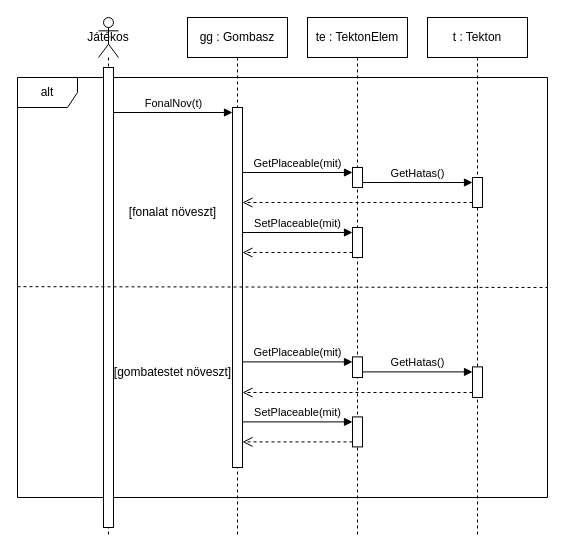
Earlier version of the draw.io diagram UML/ujSzekvencia/Fonal&TestNov.drawio (CsipetCsapatProjlab/Project). Source tidied: cells renumbered, new cells numbered last; positions are measured from the earlier drawing's top-left corner, leaving out a move shared by most shapes. Both pictures are drawn from the tidied source at 100%, with x=0, y=0 at pixel (17, 17).
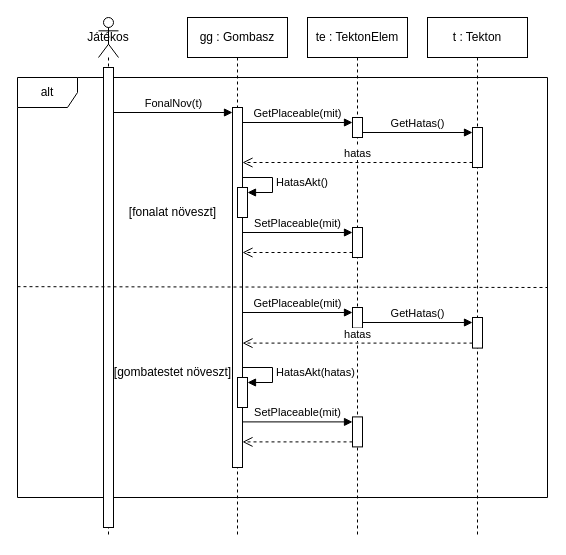
After the change.

Unchanged cells that the change refers to:
```xml
<mxCell id="3" style="html=1;points=[[0,0,0,0,5],[0,1,0,0,-5],[1,0,0,0,5],[1,1,0,0,-5]];perimeter=orthogonalPerimeter;outlineConnect=0;targetShapes=umlLifeline;portConstraint=eastwest;newEdgeStyle={&quot;curved&quot;:0,&quot;rounded&quot;:0};" parent="2" vertex="1">
  <mxGeometry x="45" y="90" width="10" height="360" as="geometry" />
</mxCell>
<mxCell id="4" value="te : TektonElem" style="shape=umlLifeline;perimeter=lifelinePerimeter;whiteSpace=wrap;html=1;newEdgeStyle={&quot;curved&quot;:0,&quot;rounded&quot;:0};" parent="1" vertex="1">
  <mxGeometry x="290" width="100" height="520" as="geometry" />
</mxCell>
<mxCell id="8" value="t : Tekton" style="shape=umlLifeline;perimeter=lifelinePerimeter;whiteSpace=wrap;html=1;newEdgeStyle={&quot;curved&quot;:0,&quot;rounded&quot;:0};" parent="1" vertex="1">
  <mxGeometry x="410" width="100" height="520" as="geometry" />
</mxCell>
```

The edit, as a diff of the source:
```diff
@@
     <mxCell id="5" style="html=1;points=[[0,0,0,0,5],[0,1,0,0,-5],[1,0,0,0,5],[1,1,0,0,-5]];perimeter=orthogonalPerimeter;outlineConnect=0;targetShapes=umlLifeline;portConstraint=eastwest;newEdgeStyle={&quot;curved&quot;:0,&quot;rounded&quot;:0};" parent="4" vertex="1">
-      <mxGeometry x="45" y="150" width="10" height="20" as="geometry" />
+      <mxGeometry x="45" y="100" width="10" height="20" as="geometry" />
     </mxCell>
@@
-    <mxCell id="9" style="html=1;points=[[0,0,0,0,5],[0,1,0,0,-5],[1,0,0,0,5],[1,1,0,0,-5]];perimeter=orthogonalPerimeter;outlineConnect=0;targetShapes=umlLifeline;portConstraint=eastwest;newEdgeStyle={&quot;curved&quot;:0,&quot;rounded&quot;:0};" parent="8" vertex="1">
-      <mxGeometry x="-75" y="339.4" width="10" height="20.6" as="geometry" />
-    </mxCell>
-    <mxCell id="10" value="GetHatas()" style="html=1;verticalAlign=bottom;endArrow=block;curved=0;rounded=0;entryX=0;entryY=0;entryDx=0;entryDy=5;entryPerimeter=0;" parent="8" edge="1" source="9" target="11">
-      <mxGeometry relative="1" as="geometry" />
-    </mxCell>
     <mxCell id="11" style="html=1;points=[[0,0,0,0,5],[0,1,0,0,-5],[1,0,0,0,5],[1,1,0,0,-5]];perimeter=orthogonalPerimeter;outlineConnect=0;targetShapes=umlLifeline;portConstraint=eastwest;newEdgeStyle={&quot;curved&quot;:0,&quot;rounded&quot;:0};" parent="8" vertex="1">
-      <mxGeometry x="45" y="349.4" width="10" height="30.6" as="geometry" />
+      <mxGeometry x="45" y="300" width="10" height="30.6" as="geometry" />
     </mxCell>
@@
     <mxCell id="14" style="html=1;points=[[0,0,0,0,5],[0,1,0,0,-5],[1,0,0,0,5],[1,1,0,0,-5]];perimeter=orthogonalPerimeter;outlineConnect=0;targetShapes=umlLifeline;portConstraint=eastwest;newEdgeStyle={&quot;curved&quot;:0,&quot;rounded&quot;:0};" parent="1" vertex="1">
-      <mxGeometry x="455" y="160" width="10" height="30" as="geometry" />
+      <mxGeometry x="455" y="110" width="10" height="40" as="geometry" />
     </mxCell>
@@
-    <mxCell id="16" style="html=1;verticalAlign=bottom;endArrow=open;dashed=1;endSize=8;curved=0;rounded=0;exitX=0;exitY=1;exitDx=0;exitDy=-5;exitPerimeter=0;" parent="1" edge="1" source="14" target="3">
-      <mxGeometry relative="1" as="geometry" />
-    </mxCell>
@@
-    <mxCell id="20" style="html=1;verticalAlign=bottom;endArrow=open;dashed=1;endSize=8;rounded=0;exitX=0;exitY=1;exitDx=0;exitDy=-5;exitPerimeter=0;" parent="1" edge="1" source="11" target="3">
-      <mxGeometry relative="1" as="geometry" />
-    </mxCell>
@@
+    <mxCell id="9" style="html=1;points=[[0,0,0,0,5],[0,1,0,0,-5],[1,0,0,0,5],[1,1,0,0,-5]];perimeter=orthogonalPerimeter;outlineConnect=0;targetShapes=umlLifeline;portConstraint=eastwest;newEdgeStyle={&quot;curved&quot;:0,&quot;rounded&quot;:0};" parent="1" vertex="1">
+      <mxGeometry x="335" y="290" width="10" height="20.6" as="geometry" />
+    </mxCell>
+    <mxCell id="10" value="GetHatas()" style="html=1;verticalAlign=bottom;endArrow=block;curved=0;rounded=0;entryX=0;entryY=0;entryDx=0;entryDy=5;entryPerimeter=0;" parent="1" edge="1" source="9" target="11">
+      <mxGeometry relative="1" as="geometry" />
+    </mxCell>
+    <mxCell id="29" style="html=1;points=[[0,0,0,0,5],[0,1,0,0,-5],[1,0,0,0,5],[1,1,0,0,-5]];perimeter=orthogonalPerimeter;outlineConnect=0;targetShapes=umlLifeline;portConstraint=eastwest;newEdgeStyle={&quot;curved&quot;:0,&quot;rounded&quot;:0};" parent="1" vertex="1">
+      <mxGeometry x="220" y="170" width="10" height="30" as="geometry" />
+    </mxCell>
+    <mxCell id="30" value="HatasAkt()" style="html=1;align=left;spacingLeft=2;endArrow=block;rounded=0;edgeStyle=orthogonalEdgeStyle;curved=0;rounded=0;entryX=1;entryY=0;entryDx=0;entryDy=5;entryPerimeter=0;" parent="1" edge="1" source="3" target="29">
+      <mxGeometry relative="1" as="geometry">
+        <Array as="points">
+          <mxPoint x="255" y="160" />
+          <mxPoint x="255" y="175" />
+        </Array>
+      </mxGeometry>
+    </mxCell>
+    <mxCell id="31" style="html=1;points=[[0,0,0,0,5],[0,1,0,0,-5],[1,0,0,0,5],[1,1,0,0,-5]];perimeter=orthogonalPerimeter;outlineConnect=0;targetShapes=umlLifeline;portConstraint=eastwest;newEdgeStyle={&quot;curved&quot;:0,&quot;rounded&quot;:0};" parent="1" vertex="1">
+      <mxGeometry x="220" y="360" width="10" height="30" as="geometry" />
+    </mxCell>
+    <mxCell id="32" value="HatasAkt(hatas)" style="html=1;align=left;spacingLeft=2;endArrow=block;rounded=0;edgeStyle=orthogonalEdgeStyle;curved=0;rounded=0;entryX=1;entryY=0;entryDx=0;entryDy=5;entryPerimeter=0;" parent="1" edge="1" source="3" target="31">
+      <mxGeometry relative="1" as="geometry">
+        <Array as="points">
+          <mxPoint x="255" y="350" />
+          <mxPoint x="255" y="365" />
+        </Array>
+      </mxGeometry>
+    </mxCell>
+    <mxCell id="20" value="hatas" style="html=1;verticalAlign=bottom;endArrow=open;dashed=1;endSize=8;curved=0;rounded=0;exitX=0;exitY=1;exitDx=0;exitDy=-5;exitPerimeter=0;" parent="1" edge="1" source="11" target="3">
+      <mxGeometry relative="1" as="geometry" />
+    </mxCell>
+    <mxCell id="16" value="hatas" style="html=1;verticalAlign=bottom;endArrow=open;dashed=1;endSize=8;curved=0;rounded=0;exitX=0;exitY=1;exitDx=0;exitDy=-5;exitPerimeter=0;" parent="1" edge="1" source="14" target="3">
+      <mxGeometry relative="1" as="geometry" />
+    </mxCell>
```
